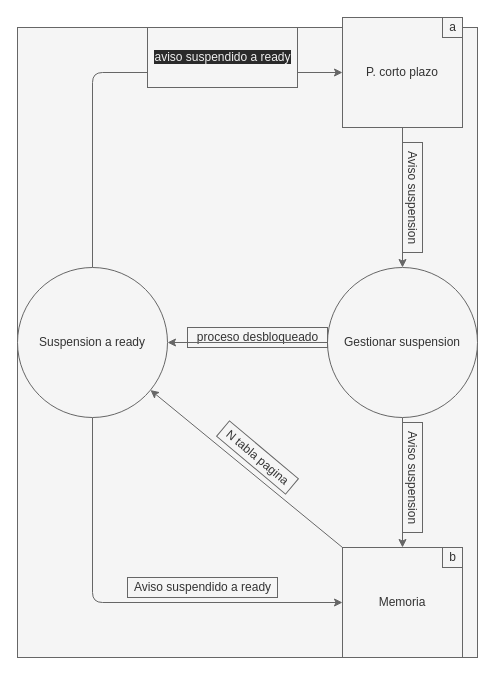
Above: Kernel/documentacion/p_mediano_plazo.dio in martina-facu/Trabajo-operativos (draw.io), before the change. Source tidied: cells renumbered, new cells numbered last; positions are measured from the earlier drawing's top-left corner, leaving out a move shared by most shapes. Both pictures are drawn from the tidied source at 100%, with x=0, y=0 at pixel (17, 17).
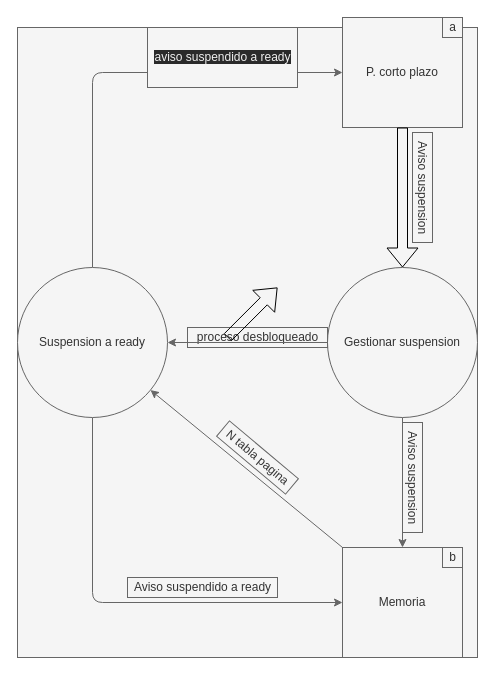
The same diagram, later.

Commit message (it also covers changes not shown here):
HOTFIX mejora de diagramas

The change refers to these unchanged cells:
```xml
<mxCell id="2" style="group;fillColor=#f5f5f5;fontColor=#333333;strokeColor=#666666;" parent="1" vertex="1">
  <mxGeometry y="10" width="460" height="630" as="geometry" />
</mxCell>
<mxCell id="7" value="Gestionar suspension" style="ellipse;whiteSpace=wrap;html=1;fillColor=#f5f5f5;fontColor=#333333;strokeColor=#666666;" parent="2" vertex="1">
  <mxGeometry x="310" y="240" width="150" height="150" as="geometry" />
</mxCell>
<mxCell id="20" value="P. corto plazo" style="whiteSpace=wrap;html=1;fillColor=#f5f5f5;fontColor=#333333;strokeColor=#666666;" parent="2" vertex="1">
  <mxGeometry x="325" y="-10" width="120" height="110" as="geometry" />
</mxCell>
```

Diff of the diagram source:
```diff
@@
-    <mxCell id="8" style="edgeStyle=none;html=1;entryX=0.5;entryY=0;entryDx=0;entryDy=0;fillColor=#f5f5f5;strokeColor=#666666;" parent="2" edge="1" target="7">
-      <mxGeometry relative="1" as="geometry">
-        <mxPoint x="385" y="100" as="sourcePoint" />
-      </mxGeometry>
-    </mxCell>
     <mxCell id="9" value="Aviso suspension" style="text;html=1;align=center;verticalAlign=middle;strokeColor=#666666;fillColor=#f5f5f5;rotation=90;fontColor=#333333;" parent="2" vertex="1">
-      <mxGeometry x="340" y="160" width="110" height="20" as="geometry" />
+      <mxGeometry x="350" y="150" width="110" height="20" as="geometry" />
     </mxCell>
@@
+    <mxCell id="22" style="shape=flexArrow;endArrow=classic;html=1;entryX=0.5;entryY=0;entryDx=0;entryDy=0;strokeColor=#000000;exitX=0.5;exitY=1;exitDx=0;exitDy=0;" parent="2" edge="1" source="20" target="7">
+      <mxGeometry relative="1" as="geometry" />
+    </mxCell>
+    <mxCell id="23" style="shape=flexArrow;endArrow=classic;html=1;" parent="1" edge="1">
+      <mxGeometry relative="1" as="geometry">
+        <mxPoint x="210" y="320" as="sourcePoint" />
+        <mxPoint x="260" y="270" as="targetPoint" />
+      </mxGeometry>
+    </mxCell>
```
